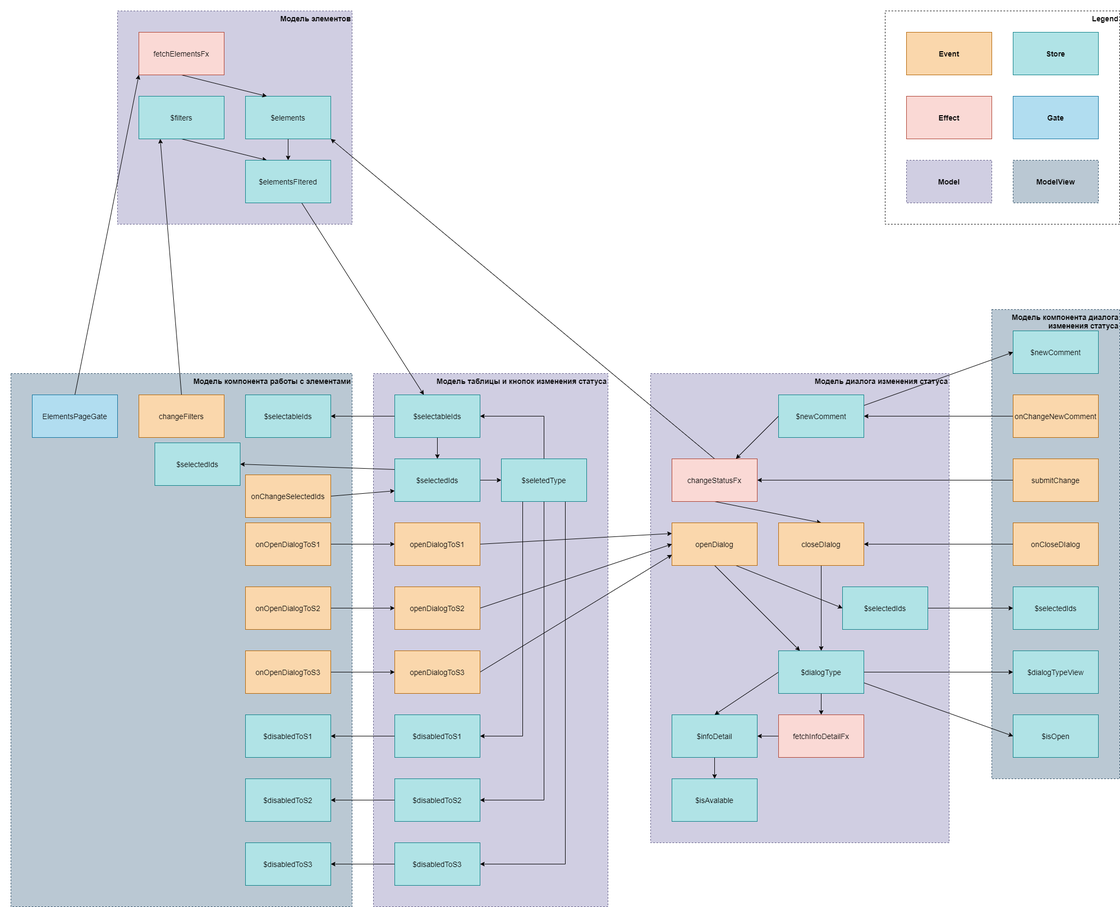
Earlier version of the draw.io export images/elementsControllerModel.png (ZothOmmog/elements-controller). Source tidied: cells renumbered, new cells last; positions are measured from the earlier drawing's top-left corner, leaving out a move shared by most shapes.
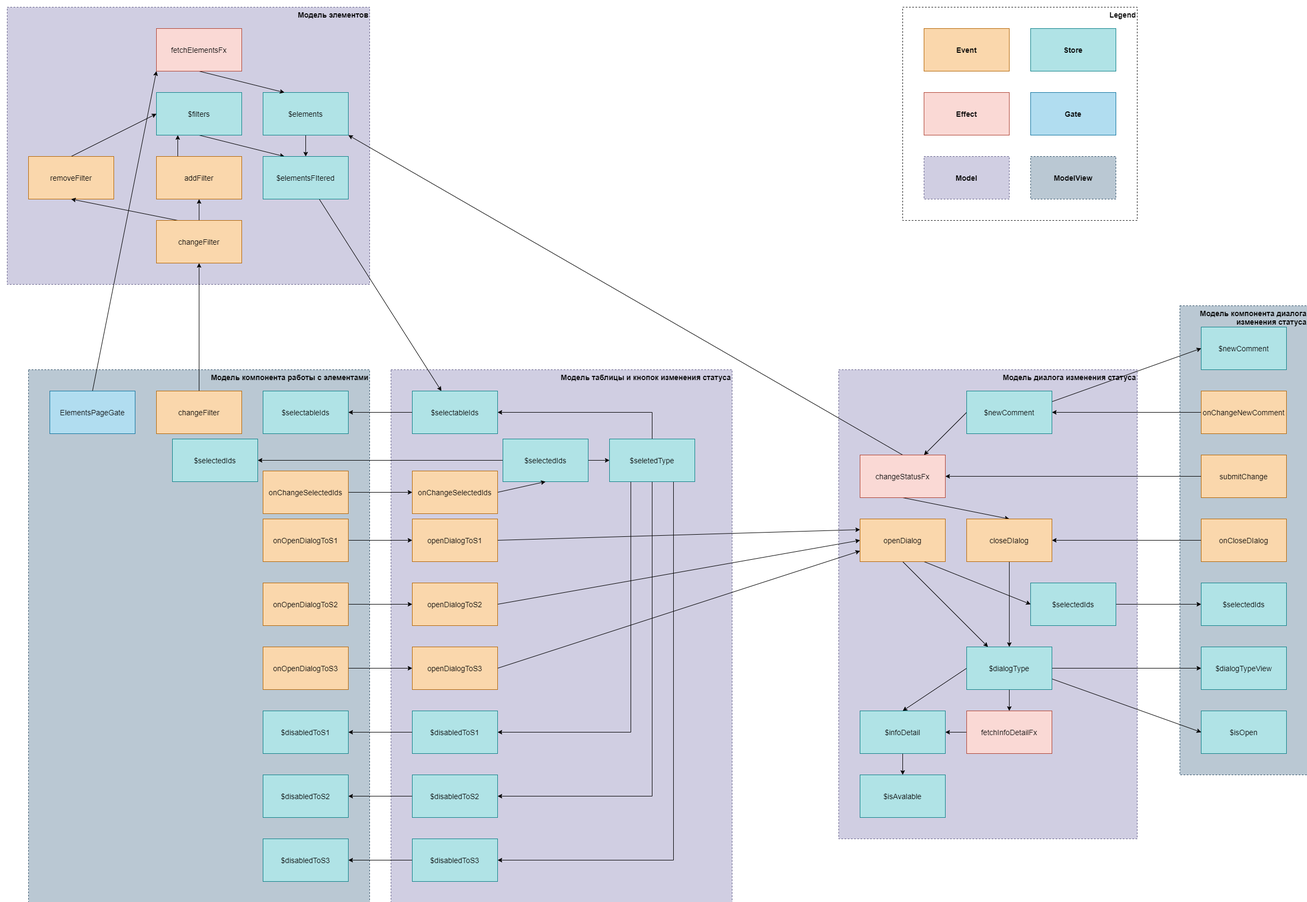
Above is the later version.

Commit message:
Added some events for trigger out ui

Change to the diagram source:
```diff
@@ -2,11 +2,20 @@
   <root>
     <mxCell id="0" />
     <mxCell id="1" parent="0" />
+    <mxCell id="6" value="Модель элементов" style="rounded=0;whiteSpace=wrap;html=1;fillColor=#d0cee2;dashed=1;verticalAlign=top;align=right;fontSize=14;fontStyle=1;strokeColor=#56517e;" parent="1" vertex="1">
+      <mxGeometry x="-40" width="680" height="520" as="geometry" />
+    </mxCell>
+    <mxCell id="96" style="edgeStyle=none;rounded=0;jettySize=auto;html=1;exitX=0.5;exitY=0;exitDx=0;exitDy=0;entryX=0;entryY=0.5;entryDx=0;entryDy=0;" parent="1" edge="1" source="97" target="11">
+      <mxGeometry relative="1" as="geometry" />
+    </mxCell>
+    <mxCell id="97" value="removeFilter" style="rounded=0;whiteSpace=wrap;html=1;fontSize=14;align=center;fillColor=#fad7ac;strokeColor=#b46504;" parent="1" vertex="1">
+      <mxGeometry y="280" width="160" height="80" as="geometry" />
+    </mxCell>
     <mxCell id="2" value="Модель таблицы и кнопок изменения статуса" style="rounded=0;whiteSpace=wrap;html=1;fillColor=#d0cee2;dashed=1;verticalAlign=top;align=right;fontSize=14;fontStyle=1;strokeColor=#56517e;" parent="1" vertex="1">
-      <mxGeometry x="680" y="680" width="440" height="1000" as="geometry" />
+      <mxGeometry x="680" y="680" width="640" height="1000" as="geometry" />
     </mxCell>
     <mxCell id="3" value="Модель компонента диалога изменения статуса" style="rounded=0;whiteSpace=wrap;html=1;fillColor=#bac8d3;dashed=1;verticalAlign=top;align=right;fontSize=14;fontStyle=1;strokeColor=#23445d;" parent="1" vertex="1">
-      <mxGeometry x="1840" y="560" width="240" height="880" as="geometry" />
+      <mxGeometry x="2160" y="560" width="240" height="880" as="geometry" />
     </mxCell>
     <mxCell id="4" value="Модель компонента работы с элементами" style="rounded=0;whiteSpace=wrap;html=1;fillColor=#bac8d3;dashed=1;verticalAlign=top;align=right;fontSize=14;fontStyle=1;strokeColor=#23445d;" parent="1" vertex="1">
       <mxGeometry y="680" width="640" height="1000" as="geometry" />
@@ -14,11 +23,8 @@
     <mxCell id="5" value="Legend" style="rounded=0;whiteSpace=wrap;html=1;fontSize=14;align=right;fillColor=none;verticalAlign=top;fontStyle=1;dashed=1;" parent="1" vertex="1">
       <mxGeometry x="1640" width="440" height="400" as="geometry" />
     </mxCell>
-    <mxCell id="6" value="Модель элементов" style="rounded=0;whiteSpace=wrap;html=1;fillColor=#d0cee2;dashed=1;verticalAlign=top;align=right;fontSize=14;fontStyle=1;strokeColor=#56517e;" parent="1" vertex="1">
-      <mxGeometry x="200" width="440" height="400" as="geometry" />
-    </mxCell>
     <mxCell id="7" value="Модель диалога изменения статуса" style="rounded=0;whiteSpace=wrap;html=1;fillColor=#d0cee2;dashed=1;verticalAlign=top;align=right;fontSize=14;fontStyle=1;strokeColor=#56517e;" parent="1" vertex="1">
-      <mxGeometry x="1200" y="680" width="560" height="880" as="geometry" />
+      <mxGeometry x="1520" y="680" width="560" height="880" as="geometry" />
     </mxCell>
     <mxCell id="8" style="edgeStyle=none;rounded=0;jettySize=auto;html=1;exitX=0.5;exitY=1;exitDx=0;exitDy=0;entryX=0.5;entryY=0;entryDx=0;entryDy=0;fontSize=14;" parent="1" edge="1" source="9" target="13">
       <mxGeometry relative="1" as="geometry" />
@@ -51,13 +57,13 @@
       <mxGeometry relative="1" as="geometry" />
     </mxCell>
     <mxCell id="18" value="changeStatusFx" style="rounded=0;whiteSpace=wrap;html=1;fontSize=14;align=center;fillColor=#fad9d5;strokeColor=#ae4132;" parent="1" vertex="1">
-      <mxGeometry x="1240" y="840" width="160" height="80" as="geometry" />
+      <mxGeometry x="1560" y="840" width="160" height="80" as="geometry" />
     </mxCell>
     <mxCell id="19" style="edgeStyle=none;rounded=0;jettySize=auto;html=1;exitX=0.5;exitY=1;exitDx=0;exitDy=0;entryX=0.5;entryY=0;entryDx=0;entryDy=0;fontSize=14;" parent="1" edge="1" source="20" target="38">
       <mxGeometry relative="1" as="geometry" />
     </mxCell>
     <mxCell id="20" value="$infoDetail" style="rounded=0;whiteSpace=wrap;html=1;fontSize=14;align=center;fillColor=#b0e3e6;strokeColor=#0e8088;" parent="1" vertex="1">
-      <mxGeometry x="1240" y="1320" width="160" height="80" as="geometry" />
+      <mxGeometry x="1560" y="1320" width="160" height="80" as="geometry" />
     </mxCell>
     <mxCell id="21" style="edgeStyle=none;rounded=0;jettySize=auto;html=1;fontSize=14;" parent="1" edge="1" source="25" target="27">
       <mxGeometry relative="1" as="geometry" />
@@ -72,13 +78,13 @@
       <mxGeometry relative="1" as="geometry" />
     </mxCell>
     <mxCell id="25" value="$dialogType" style="rounded=0;whiteSpace=wrap;html=1;fontSize=14;align=center;fillColor=#b0e3e6;strokeColor=#0e8088;" parent="1" vertex="1">
-      <mxGeometry x="1440" y="1200" width="160" height="80" as="geometry" />
+      <mxGeometry x="1760" y="1200" width="160" height="80" as="geometry" />
     </mxCell>
     <mxCell id="26" style="edgeStyle=none;rounded=0;jettySize=auto;html=1;fontSize=14;" parent="1" edge="1" source="27" target="20">
       <mxGeometry relative="1" as="geometry" />
     </mxCell>
     <mxCell id="27" value="fetchInfoDetailFx" style="rounded=0;whiteSpace=wrap;html=1;fontSize=14;align=center;fillColor=#fad9d5;strokeColor=#ae4132;" parent="1" vertex="1">
-      <mxGeometry x="1440" y="1320" width="160" height="80" as="geometry" />
+      <mxGeometry x="1760" y="1320" width="160" height="80" as="geometry" />
     </mxCell>
     <mxCell id="28" style="edgeStyle=none;rounded=0;jettySize=auto;html=1;exitX=0.5;exitY=1;exitDx=0;exitDy=0;entryX=0.25;entryY=0;entryDx=0;entryDy=0;fontSize=14;" parent="1" edge="1" source="30" target="25">
       <mxGeometry relative="1" as="geometry" />
@@ -87,13 +93,13 @@
       <mxGeometry relative="1" as="geometry" />
     </mxCell>
     <mxCell id="30" value="openDialog" style="rounded=0;whiteSpace=wrap;html=1;fontSize=14;align=center;fillColor=#fad7ac;strokeColor=#b46504;" parent="1" vertex="1">
-      <mxGeometry x="1240" y="960" width="160" height="80" as="geometry" />
+      <mxGeometry x="1560" y="960" width="160" height="80" as="geometry" />
     </mxCell>
     <mxCell id="31" style="edgeStyle=none;rounded=0;jettySize=auto;html=1;exitX=0.5;exitY=1;exitDx=0;exitDy=0;entryX=0.5;entryY=0;entryDx=0;entryDy=0;fontSize=14;" parent="1" edge="1" source="32" target="25">
       <mxGeometry relative="1" as="geometry" />
     </mxCell>
     <mxCell id="32" value="closeDIalog" style="rounded=0;whiteSpace=wrap;html=1;fontSize=14;align=center;fillColor=#fad7ac;strokeColor=#b46504;" parent="1" vertex="1">
-      <mxGeometry x="1440" y="960" width="160" height="80" as="geometry" />
+      <mxGeometry x="1760" y="960" width="160" height="80" as="geometry" />
     </mxCell>
     <mxCell id="33" style="edgeStyle=none;rounded=0;jettySize=auto;html=1;exitX=1;exitY=0.25;exitDx=0;exitDy=0;entryX=0;entryY=0.5;entryDx=0;entryDy=0;fontSize=14;" parent="1" edge="1" source="35" target="85">
       <mxGeometry relative="1" as="geometry" />
@@ -102,50 +108,47 @@
       <mxGeometry relative="1" as="geometry" />
     </mxCell>
     <mxCell id="35" value="$newComment" style="rounded=0;whiteSpace=wrap;html=1;fontSize=14;align=center;fillColor=#b0e3e6;strokeColor=#0e8088;" parent="1" vertex="1">
-      <mxGeometry x="1440" y="720" width="160" height="80" as="geometry" />
+      <mxGeometry x="1760" y="720" width="160" height="80" as="geometry" />
     </mxCell>
     <mxCell id="36" style="edgeStyle=none;rounded=0;jettySize=auto;html=1;exitX=0;exitY=0.5;exitDx=0;exitDy=0;entryX=1;entryY=0.5;entryDx=0;entryDy=0;fontSize=14;" parent="1" edge="1" source="37" target="35">
       <mxGeometry relative="1" as="geometry" />
     </mxCell>
     <mxCell id="37" value="onChangeNewComment" style="rounded=0;whiteSpace=wrap;html=1;fontSize=14;align=center;fillColor=#fad7ac;strokeColor=#b46504;" parent="1" vertex="1">
-      <mxGeometry x="1880" y="720" width="160" height="80" as="geometry" />
+      <mxGeometry x="2200" y="720" width="160" height="80" as="geometry" />
     </mxCell>
     <mxCell id="38" value="$isAvalable" style="rounded=0;whiteSpace=wrap;html=1;fontSize=14;align=center;fillColor=#b0e3e6;strokeColor=#0e8088;" parent="1" vertex="1">
-      <mxGeometry x="1240" y="1440" width="160" height="80" as="geometry" />
+      <mxGeometry x="1560" y="1440" width="160" height="80" as="geometry" />
     </mxCell>
-    <mxCell id="39" style="rounded=0;jettySize=auto;html=1;exitX=0.5;exitY=0;exitDx=0;exitDy=0;entryX=0.25;entryY=1;entryDx=0;entryDy=0;fontSize=14;" parent="1" edge="1" source="40" target="11">
-      <mxGeometry relative="1" as="geometry" />
-    </mxCell>
+    <mxCell id="98" style="edgeStyle=orthogonalEdgeStyle;rounded=0;jettySize=auto;html=1;exitX=0.5;exitY=0;exitDx=0;exitDy=0;entryX=0.5;entryY=1;entryDx=0;entryDy=0;" parent="1" edge="1" source="40" target="102">
+      <mxGeometry relative="1" as="geometry" />
+    </mxCell>
-    <mxCell id="40" value="changeFilters" style="rounded=0;whiteSpace=wrap;html=1;fontSize=14;align=center;fillColor=#fad7ac;strokeColor=#b46504;" parent="1" vertex="1">
+    <mxCell id="40" value="changeFilter" style="rounded=0;whiteSpace=wrap;html=1;fontSize=14;align=center;fillColor=#fad7ac;strokeColor=#b46504;" parent="1" vertex="1">
       <mxGeometry x="240" y="720" width="160" height="80" as="geometry" />
     </mxCell>
     <mxCell id="41" style="edgeStyle=none;rounded=0;jettySize=auto;html=1;exitX=1;exitY=0.5;exitDx=0;exitDy=0;entryX=0;entryY=0.5;entryDx=0;entryDy=0;fontSize=14;" parent="1" edge="1" source="42" target="77">
       <mxGeometry relative="1" as="geometry" />
     </mxCell>
     <mxCell id="42" value="$selectedIds" style="rounded=0;whiteSpace=wrap;html=1;fontSize=14;align=center;fillColor=#b0e3e6;strokeColor=#0e8088;" parent="1" vertex="1">
-      <mxGeometry x="1560" y="1080" width="160" height="80" as="geometry" />
+      <mxGeometry x="1880" y="1080" width="160" height="80" as="geometry" />
     </mxCell>
-    <mxCell id="43" style="edgeStyle=none;rounded=0;jettySize=auto;html=1;exitX=1;exitY=0.5;exitDx=0;exitDy=0;entryX=0;entryY=0.75;entryDx=0;entryDy=0;fontSize=14;" parent="1" edge="1" source="44" target="47">
-      <mxGeometry relative="1" as="geometry" />
-    </mxCell>
+    <mxCell id="99" style="edgeStyle=none;rounded=0;jettySize=auto;html=1;exitX=1;exitY=0.5;exitDx=0;exitDy=0;entryX=0;entryY=0.5;entryDx=0;entryDy=0;" parent="1" edge="1" source="44" target="106">
+      <mxGeometry relative="1" as="geometry" />
+    </mxCell>
     <mxCell id="44" value="onChangeSelectedIds" style="rounded=0;whiteSpace=wrap;html=1;fontSize=14;align=center;fillColor=#fad7ac;strokeColor=#b46504;" parent="1" vertex="1">
       <mxGeometry x="440" y="870" width="160" height="80" as="geometry" />
     </mxCell>
     <mxCell id="45" style="edgeStyle=orthogonalEdgeStyle;rounded=0;jettySize=auto;html=1;exitX=1;exitY=0.5;exitDx=0;exitDy=0;entryX=0;entryY=0.5;entryDx=0;entryDy=0;fontSize=14;" parent="1" edge="1" source="47" target="94">
       <mxGeometry relative="1" as="geometry" />
     </mxCell>
-    <mxCell id="46" style="edgeStyle=none;rounded=0;jettySize=auto;html=1;exitX=0;exitY=0.25;exitDx=0;exitDy=0;entryX=1;entryY=0.5;entryDx=0;entryDy=0;fontSize=14;" parent="1" edge="1" source="47" target="95">
+    <mxCell id="46" style="edgeStyle=none;rounded=0;jettySize=auto;html=1;exitX=0;exitY=0.5;exitDx=0;exitDy=0;entryX=1;entryY=0.5;entryDx=0;entryDy=0;fontSize=14;" parent="1" edge="1" source="47" target="95">
       <mxGeometry relative="1" as="geometry" />
     </mxCell>
     <mxCell id="47" value="$selectedIds" style="rounded=0;whiteSpace=wrap;html=1;fontSize=14;align=center;fillColor=#b0e3e6;strokeColor=#0e8088;" parent="1" vertex="1">
-      <mxGeometry x="720" y="840" width="160" height="80" as="geometry" />
+      <mxGeometry x="890" y="810" width="160" height="80" as="geometry" />
     </mxCell>
     <mxCell id="48" style="edgeStyle=none;rounded=0;jettySize=auto;html=1;fontSize=14;" parent="1" edge="1" source="50" target="86">
       <mxGeometry relative="1" as="geometry" />
     </mxCell>
-    <mxCell id="49" style="edgeStyle=none;rounded=0;jettySize=auto;html=1;exitX=0.5;exitY=1;exitDx=0;exitDy=0;entryX=0.5;entryY=0;entryDx=0;entryDy=0;fontSize=14;" parent="1" edge="1" source="50" target="47">
-      <mxGeometry relative="1" as="geometry" />
-    </mxCell>
     <mxCell id="50" value="$selectableIds" style="rounded=0;whiteSpace=wrap;html=1;fontSize=14;align=center;fillColor=#b0e3e6;strokeColor=#0e8088;" parent="1" vertex="1">
       <mxGeometry x="720" y="720" width="160" height="80" as="geometry" />
     </mxCell>
@@ -228,31 +231,31 @@
       <mxGeometry x="1880" y="280" width="160" height="80" as="geometry" />
     </mxCell>
     <mxCell id="77" value="$selectedIds" style="rounded=0;whiteSpace=wrap;html=1;fontSize=14;align=center;fillColor=#b0e3e6;strokeColor=#0e8088;" parent="1" vertex="1">
-      <mxGeometry x="1880" y="1080" width="160" height="80" as="geometry" />
+      <mxGeometry x="2200" y="1080" width="160" height="80" as="geometry" />
     </mxCell>
     <mxCell id="78" style="edgeStyle=none;rounded=0;jettySize=auto;html=1;exitX=0;exitY=0.5;exitDx=0;exitDy=0;entryX=1;entryY=0.5;entryDx=0;entryDy=0;fontSize=14;" parent="1" edge="1" source="79" target="32">
       <mxGeometry relative="1" as="geometry" />
     </mxCell>
     <mxCell id="79" value="onCloseDIalog" style="rounded=0;whiteSpace=wrap;html=1;fontSize=14;align=center;fillColor=#fad7ac;strokeColor=#b46504;" parent="1" vertex="1">
-      <mxGeometry x="1880" y="960" width="160" height="80" as="geometry" />
+      <mxGeometry x="2200" y="960" width="160" height="80" as="geometry" />
     </mxCell>
     <mxCell id="80" style="rounded=0;jettySize=auto;html=1;exitX=0;exitY=0.5;exitDx=0;exitDy=0;entryX=1;entryY=0.5;entryDx=0;entryDy=0;fontSize=14;" parent="1" edge="1" source="81" target="18">
       <mxGeometry relative="1" as="geometry" />
     </mxCell>
     <mxCell id="81" value="submitChange" style="rounded=0;whiteSpace=wrap;html=1;fontSize=14;align=center;fillColor=#fad7ac;strokeColor=#b46504;" parent="1" vertex="1">
-      <mxGeometry x="1880" y="840" width="160" height="80" as="geometry" />
+      <mxGeometry x="2200" y="840" width="160" height="80" as="geometry" />
     </mxCell>
     <mxCell id="82" value="$dialogTypeView" style="rounded=0;whiteSpace=wrap;html=1;fontSize=14;align=center;fillColor=#b0e3e6;strokeColor=#0e8088;" parent="1" vertex="1">
-      <mxGeometry x="1880" y="1200" width="160" height="80" as="geometry" />
+      <mxGeometry x="2200" y="1200" width="160" height="80" as="geometry" />
     </mxCell>
     <mxCell id="83" style="edgeStyle=none;rounded=0;orthogonalLoop=1;jettySize=auto;html=1;exitX=0.5;exitY=1;exitDx=0;exitDy=0;fontSize=14;" parent="1" edge="1" source="79" target="79">
       <mxGeometry relative="1" as="geometry" />
     </mxCell>
     <mxCell id="84" value="$isOpen" style="rounded=0;whiteSpace=wrap;html=1;fontSize=14;align=center;fillColor=#b0e3e6;strokeColor=#0e8088;" parent="1" vertex="1">
-      <mxGeometry x="1880" y="1320" width="160" height="80" as="geometry" />
+      <mxGeometry x="2200" y="1320" width="160" height="80" as="geometry" />
     </mxCell>
     <mxCell id="85" value="$newComment" style="rounded=0;whiteSpace=wrap;html=1;fontSize=14;align=center;fillColor=#b0e3e6;strokeColor=#0e8088;" parent="1" vertex="1">
-      <mxGeometry x="1880" y="600" width="160" height="80" as="geometry" />
+      <mxGeometry x="2200" y="600" width="160" height="80" as="geometry" />
     </mxCell>
     <mxCell id="86" value="$selectableIds" style="rounded=0;whiteSpace=wrap;html=1;fontSize=14;align=center;fillColor=#b0e3e6;strokeColor=#0e8088;" parent="1" vertex="1">
       <mxGeometry x="440" y="720" width="160" height="80" as="geometry" />
@@ -279,10 +282,31 @@
       <mxGeometry relative="1" as="geometry" />
     </mxCell>
     <mxCell id="94" value="$seletedType" style="rounded=0;whiteSpace=wrap;html=1;fontSize=14;align=center;fillColor=#b0e3e6;strokeColor=#0e8088;" parent="1" vertex="1">
-      <mxGeometry x="920" y="840" width="160" height="80" as="geometry" />
+      <mxGeometry x="1090" y="810" width="160" height="80" as="geometry" />
     </mxCell>
     <mxCell id="95" value="$selectedIds" style="rounded=0;whiteSpace=wrap;html=1;fontSize=14;align=center;fillColor=#b0e3e6;strokeColor=#0e8088;" parent="1" vertex="1">
       <mxGeometry x="270" y="810" width="160" height="80" as="geometry" />
     </mxCell>
+    <mxCell id="100" style="edgeStyle=orthogonalEdgeStyle;rounded=0;jettySize=auto;html=1;exitX=0.5;exitY=0;exitDx=0;exitDy=0;entryX=0.5;entryY=1;entryDx=0;entryDy=0;" parent="1" edge="1" source="102" target="104">
+      <mxGeometry relative="1" as="geometry" />
+    </mxCell>
+    <mxCell id="101" style="rounded=0;jettySize=auto;html=1;exitX=0.25;exitY=0;exitDx=0;exitDy=0;entryX=0.5;entryY=1;entryDx=0;entryDy=0;" parent="1" edge="1" source="102" target="97">
+      <mxGeometry relative="1" as="geometry" />
+    </mxCell>
+    <mxCell id="102" value="changeFilter" style="rounded=0;whiteSpace=wrap;html=1;fontSize=14;align=center;fillColor=#fad7ac;strokeColor=#b46504;" parent="1" vertex="1">
+      <mxGeometry x="240" y="400" width="160" height="80" as="geometry" />
+    </mxCell>
+    <mxCell id="103" style="edgeStyle=none;rounded=0;jettySize=auto;html=1;exitX=0.25;exitY=0;exitDx=0;exitDy=0;entryX=0.25;entryY=1;entryDx=0;entryDy=0;" parent="1" edge="1" source="104" target="11">
+      <mxGeometry relative="1" as="geometry" />
+    </mxCell>
+    <mxCell id="104" value="addFilter" style="rounded=0;whiteSpace=wrap;html=1;fontSize=14;align=center;fillColor=#fad7ac;strokeColor=#b46504;" parent="1" vertex="1">
+      <mxGeometry x="240" y="280" width="160" height="80" as="geometry" />
+    </mxCell>
+    <mxCell id="105" style="edgeStyle=none;rounded=0;jettySize=auto;html=1;exitX=1;exitY=0.5;exitDx=0;exitDy=0;entryX=0.5;entryY=1;entryDx=0;entryDy=0;" parent="1" edge="1" source="106" target="47">
+      <mxGeometry relative="1" as="geometry" />
+    </mxCell>
+    <mxCell id="106" value="onChangeSelectedIds" style="rounded=0;whiteSpace=wrap;html=1;fontSize=14;align=center;fillColor=#fad7ac;strokeColor=#b46504;" parent="1" vertex="1">
+      <mxGeometry x="720" y="870" width="160" height="80" as="geometry" />
+    </mxCell>
   </root>
 </mxGraphModel>
```
